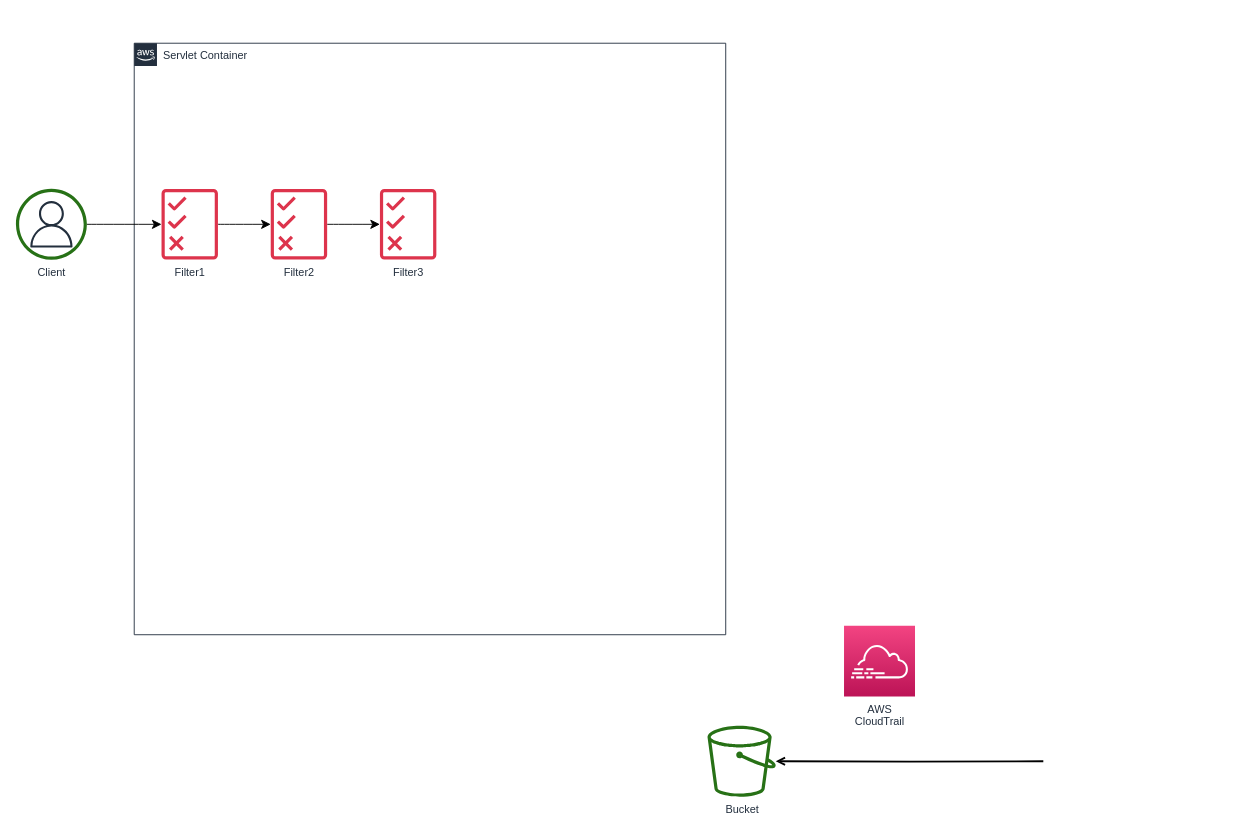
Earlier version of the draw.io diagram 제목 없는 다이어그램.drawio (insang01/Weekly-Algorithm). Source tidied: cells renumbered, new cells numbered last; positions are measured from the earlier drawing's top-left corner, leaving out a move shared by most shapes. Both pictures are drawn from the tidied source at 91%, with x=0, y=0 at pixel (15, 43).
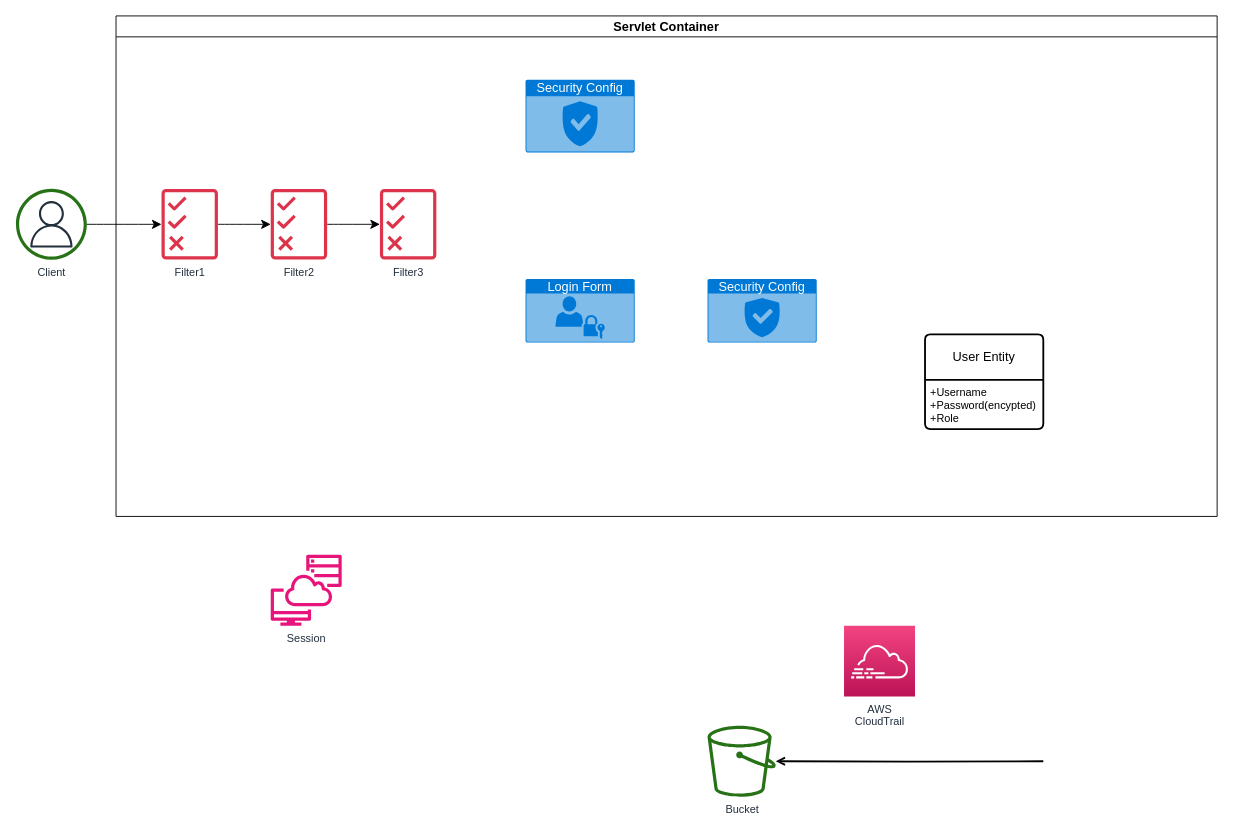
After the change.

Commit message (it also covers changes not shown here):
제목 없는 다이어그램.drawio 업데이트

The edit, as a diff of the source:
```diff
@@
-    <mxCell id="2" value="Servlet Container" style="gradientColor=none;html=1;whiteSpace=wrap;fontSize=12;fontStyle=0;shape=mxgraph.aws4.group;grIcon=mxgraph.aws4.group_aws_cloud_alt;strokeColor=#232F3E;fillColor=none;verticalAlign=top;align=left;spacingLeft=30;fontColor=#232F3E;dashed=0;labelBackgroundColor=#ffffff;" parent="1" vertex="1">
-      <mxGeometry x="130" width="650" height="650" as="geometry" />
-    </mxCell>
@@
+    <mxCell id="2" value="Servlet Container" style="swimlane;fontSize=14;" parent="1" vertex="1">
+      <mxGeometry x="110" y="-30" width="1210" height="550" as="geometry" />
+    </mxCell>
+    <mxCell id="14" value="&lt;font style=&quot;font-size: 14px;&quot;&gt;Security Config&lt;/font&gt;" style="html=1;whiteSpace=wrap;strokeColor=none;fillColor=#0079D6;labelPosition=center;verticalLabelPosition=middle;verticalAlign=top;align=center;fontSize=12;spacingTop=-6;fontColor=#FFFFFF;sketch=0;shape=mxgraph.sitemap.security;" parent="2" vertex="1">
+      <mxGeometry x="450" y="70" width="120" height="80" as="geometry" />
+    </mxCell>
+    <mxCell id="15" value="&lt;font style=&quot;font-size: 14px;&quot;&gt;Login Form&lt;/font&gt;" style="html=1;whiteSpace=wrap;strokeColor=none;fillColor=#0079D6;labelPosition=center;verticalLabelPosition=middle;verticalAlign=top;align=center;fontSize=12;spacingTop=-6;fontColor=#FFFFFF;sketch=0;shape=mxgraph.sitemap.login;" parent="2" vertex="1">
+      <mxGeometry x="450" y="289" width="120" height="70" as="geometry" />
+    </mxCell>
+    <mxCell id="16" value="&lt;font style=&quot;font-size: 14px;&quot;&gt;Security Config&lt;/font&gt;" style="html=1;whiteSpace=wrap;strokeColor=none;fillColor=#0079D6;labelPosition=center;verticalLabelPosition=middle;verticalAlign=top;align=center;fontSize=12;spacingTop=-6;fontColor=#FFFFFF;sketch=0;shape=mxgraph.sitemap.security;" parent="2" vertex="1">
+      <mxGeometry x="650" y="289" width="120" height="70" as="geometry" />
+    </mxCell>
+    <mxCell id="17" value="User Entity" style="swimlane;horizontal=1;startSize=50;rounded=1;fontSize=14;fontStyle=0;strokeWidth=2;shadow=0;dashed=0;align=center;arcSize=4;whiteSpace=wrap;html=1;" parent="2" vertex="1">
+      <mxGeometry x="889" y="350" width="130" height="104" as="geometry" />
+    </mxCell>
+    <mxCell id="18" value="+Username&lt;br&gt;+Password(encypted)&lt;br&gt;+Role" style="align=left;strokeColor=none;fillColor=none;spacingLeft=4;fontSize=12;verticalAlign=top;html=1;" parent="17" vertex="1">
+      <mxGeometry y="50" width="130" height="54" as="geometry" />
+    </mxCell>
+    <mxCell id="19" value="Session" style="sketch=0;fontColor=#232F3E;gradientColor=none;fillColor=#E7157B;strokeColor=none;dashed=0;verticalLabelPosition=bottom;verticalAlign=top;align=center;html=1;fontSize=12;fontStyle=0;shape=mxgraph.aws4.systems_manager_session_manager;" parent="1" vertex="1">
+      <mxGeometry x="280" y="562" width="78" height="78" as="geometry" />
+    </mxCell>
```
